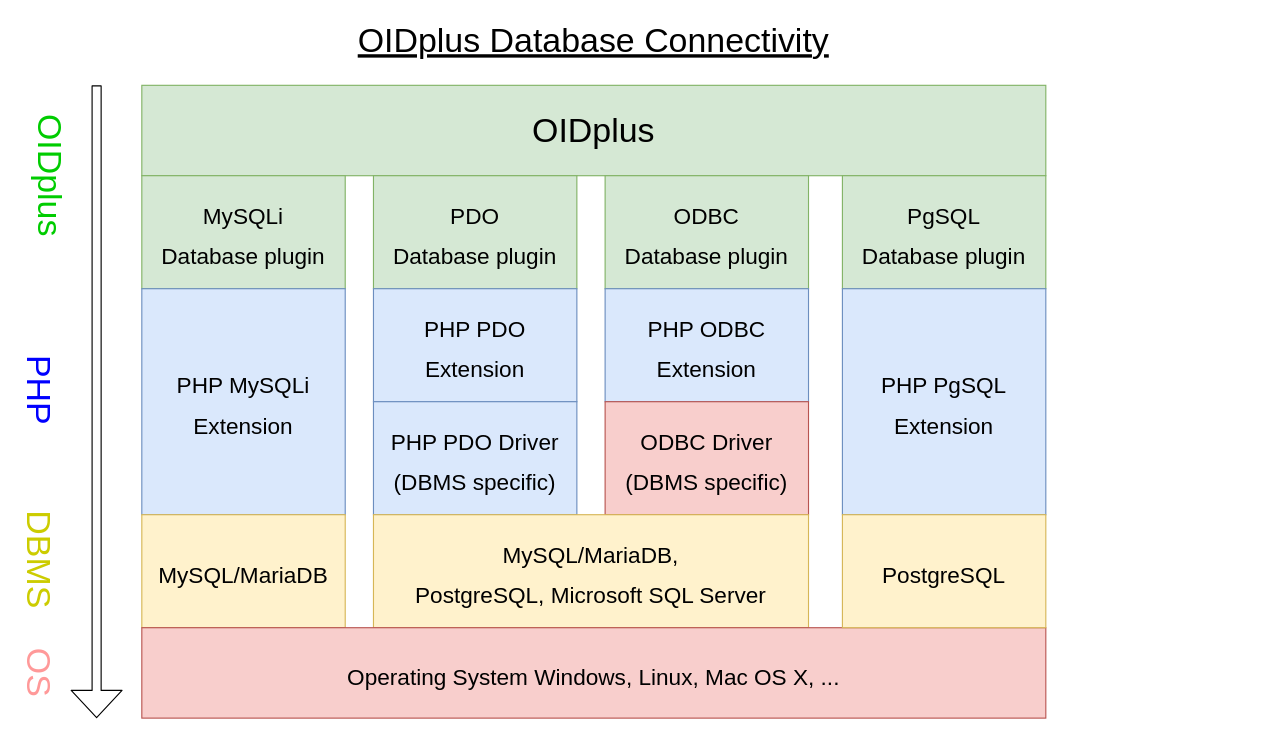
danielmarschall/oidplus keeps this draw.io diagram as plugins/database/database_connectivity_diagram.drawio. Above is the earlier version. Source tidied: cells renumbered, new cells numbered last; positions are measured from the earlier drawing's top-left corner, leaving out a move shared by most shapes. Both pictures are drawn from the tidied source at 113%, with x=0, y=0 at pixel (-17, 28).
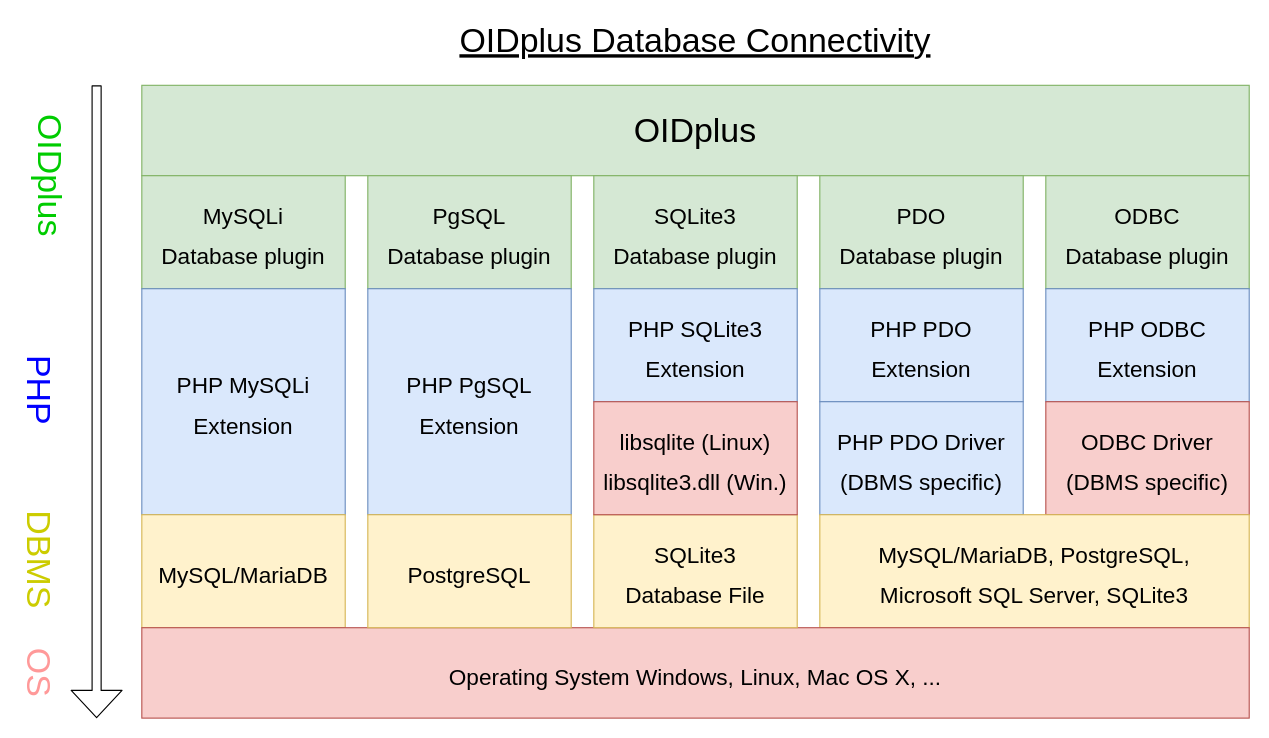
The same page after the edit.

Change to the diagram source:
```diff
@@
     <mxCell id="2" value="OIDplus" style="rounded=0;whiteSpace=wrap;html=1;fontSize=30;fillColor=#d5e8d4;strokeColor=#82b366;shadow=0;" parent="1" vertex="1">
-      <mxGeometry x="140" y="50" width="800" height="80" as="geometry" />
+      <mxGeometry x="140" y="50" width="980" height="80" as="geometry" />
     </mxCell>
@@
     <mxCell id="4" value="&lt;font style=&quot;font-size: 20px&quot;&gt;PDO&lt;br&gt;Database plugin&lt;/font&gt;" style="rounded=0;whiteSpace=wrap;html=1;fontSize=30;fillColor=#d5e8d4;strokeColor=#82b366;shadow=0;" parent="1" vertex="1">
-      <mxGeometry x="345" y="130" width="180" height="100" as="geometry" />
+      <mxGeometry x="740" y="130" width="180" height="100" as="geometry" />
     </mxCell>
     <mxCell id="5" value="&lt;font style=&quot;font-size: 20px&quot;&gt;ODBC&lt;br&gt;Database plugin&lt;/font&gt;" style="rounded=0;whiteSpace=wrap;html=1;fontSize=30;fillColor=#d5e8d4;strokeColor=#82b366;shadow=0;" parent="1" vertex="1">
-      <mxGeometry x="550" y="130" width="180" height="100" as="geometry" />
+      <mxGeometry x="940" y="130" width="180" height="100" as="geometry" />
     </mxCell>
@@
     <mxCell id="7" value="&lt;span style=&quot;font-size: 20px&quot;&gt;PHP PDO&lt;br&gt;Extension&lt;/span&gt;" style="rounded=0;whiteSpace=wrap;html=1;fontSize=30;fillColor=#dae8fc;strokeColor=#6c8ebf;shadow=0;" parent="1" vertex="1">
-      <mxGeometry x="345" y="230" width="180" height="100" as="geometry" />
+      <mxGeometry x="740" y="230" width="180" height="100" as="geometry" />
     </mxCell>
     <mxCell id="8" value="&lt;span style=&quot;font-size: 20px&quot;&gt;PHP ODBC&lt;br&gt;Extension&lt;/span&gt;" style="rounded=0;whiteSpace=wrap;html=1;fontSize=30;fillColor=#dae8fc;strokeColor=#6c8ebf;shadow=0;" parent="1" vertex="1">
-      <mxGeometry x="550" y="230" width="180" height="100" as="geometry" />
+      <mxGeometry x="940" y="230" width="180" height="100" as="geometry" />
     </mxCell>
     <mxCell id="9" value="&lt;span style=&quot;font-size: 20px&quot;&gt;PHP PDO Driver&lt;br&gt;(DBMS specific)&lt;br&gt;&lt;/span&gt;" style="rounded=0;whiteSpace=wrap;html=1;fontSize=30;fillColor=#dae8fc;strokeColor=#6c8ebf;shadow=0;" parent="1" vertex="1">
-      <mxGeometry x="345" y="330" width="180" height="100" as="geometry" />
+      <mxGeometry x="740" y="330" width="180" height="100" as="geometry" />
     </mxCell>
     <mxCell id="10" value="&lt;span style=&quot;font-size: 20px&quot;&gt;ODBC Driver&lt;br&gt;&lt;/span&gt;&lt;span style=&quot;font-size: 20px&quot;&gt;(DBMS specific)&lt;/span&gt;&lt;span style=&quot;font-size: 20px&quot;&gt;&lt;br&gt;&lt;/span&gt;" style="rounded=0;whiteSpace=wrap;html=1;fontSize=30;fillColor=#f8cecc;strokeColor=#b85450;shadow=0;" parent="1" vertex="1">
-      <mxGeometry x="550" y="330" width="180" height="100" as="geometry" />
+      <mxGeometry x="940" y="330" width="180" height="100" as="geometry" />
     </mxCell>
@@
     <mxCell id="16" value="OIDplus Database Connectivity" style="text;html=1;strokeColor=none;fillColor=none;align=center;verticalAlign=middle;whiteSpace=wrap;rounded=0;fontSize=30;fontStyle=4;shadow=0;" parent="1" vertex="1">
-      <mxGeometry x="150" width="780" height="20" as="geometry" />
+      <mxGeometry x="150" width="960" height="20" as="geometry" />
     </mxCell>
-    <mxCell id="17" value="&lt;span style=&quot;font-size: 20px&quot;&gt;MySQL/MariaDB,&lt;br&gt;PostgreSQL, Microsoft SQL Server&lt;/span&gt;" style="rounded=0;whiteSpace=wrap;html=1;fontSize=30;fillColor=#fff2cc;strokeColor=#d6b656;shadow=0;" parent="1" vertex="1">
-      <mxGeometry x="345" y="430" width="385" height="100" as="geometry" />
+    <mxCell id="17" value="&lt;span style=&quot;font-size: 20px&quot;&gt;MySQL/MariaDB, PostgreSQL,&lt;br&gt;Microsoft SQL Server, SQLite3&lt;/span&gt;" style="rounded=0;whiteSpace=wrap;html=1;fontSize=30;fillColor=#fff2cc;strokeColor=#d6b656;shadow=0;" parent="1" vertex="1">
+      <mxGeometry x="740" y="430" width="380" height="100" as="geometry" />
     </mxCell>
     <mxCell id="18" value="&lt;span style=&quot;font-size: 20px&quot;&gt;Operating System Windows, Linux, Mac OS X, ...&lt;br&gt;&lt;/span&gt;" style="rounded=0;whiteSpace=wrap;html=1;fontSize=30;fillColor=#f8cecc;strokeColor=#b85450;shadow=0;" parent="1" vertex="1">
-      <mxGeometry x="140" y="530" width="800" height="80" as="geometry" />
+      <mxGeometry x="140" y="530" width="980" height="80" as="geometry" />
     </mxCell>
@@
     <mxCell id="20" value="&lt;font style=&quot;font-size: 20px&quot;&gt;PgSQL&lt;br&gt;Database plugin&lt;/font&gt;" style="rounded=0;whiteSpace=wrap;html=1;fontSize=30;fillColor=#d5e8d4;strokeColor=#82b366;shadow=0;" parent="1" vertex="1">
-      <mxGeometry x="760" y="130" width="180" height="100" as="geometry" />
+      <mxGeometry x="340" y="130" width="180" height="100" as="geometry" />
     </mxCell>
     <mxCell id="21" value="&lt;span style=&quot;font-size: 20px&quot;&gt;PHP PgSQL&lt;br&gt;Extension&lt;/span&gt;" style="rounded=0;whiteSpace=wrap;html=1;fontSize=30;fillColor=#dae8fc;strokeColor=#6c8ebf;shadow=0;" parent="1" vertex="1">
-      <mxGeometry x="760" y="230" width="180" height="200" as="geometry" />
+      <mxGeometry x="340" y="230" width="180" height="200" as="geometry" />
     </mxCell>
     <mxCell id="22" value="&lt;span style=&quot;font-size: 20px&quot;&gt;PostgreSQL&lt;/span&gt;" style="rounded=0;whiteSpace=wrap;html=1;fontSize=30;fillColor=#fff2cc;strokeColor=#d6b656;shadow=0;" parent="1" vertex="1">
-      <mxGeometry x="760" y="430" width="180" height="100" as="geometry" />
+      <mxGeometry x="340" y="430" width="180" height="100" as="geometry" />
     </mxCell>
+    <mxCell id="23" value="&lt;font style=&quot;font-size: 20px&quot;&gt;SQLite3&lt;br&gt;Database plugin&lt;/font&gt;" style="rounded=0;whiteSpace=wrap;html=1;fontSize=30;fillColor=#d5e8d4;strokeColor=#82b366;shadow=0;" parent="1" vertex="1">
+      <mxGeometry x="540" y="130" width="180" height="100" as="geometry" />
+    </mxCell>
+    <mxCell id="24" value="&lt;span style=&quot;font-size: 20px&quot;&gt;PHP SQLite3&lt;br&gt;Extension&lt;/span&gt;" style="rounded=0;whiteSpace=wrap;html=1;fontSize=30;fillColor=#dae8fc;strokeColor=#6c8ebf;shadow=0;" parent="1" vertex="1">
+      <mxGeometry x="540" y="230" width="180" height="100" as="geometry" />
+    </mxCell>
+    <mxCell id="25" value="&lt;span style=&quot;font-size: 20px&quot;&gt;SQLite3&lt;br&gt;Database File&lt;/span&gt;" style="rounded=0;whiteSpace=wrap;html=1;fontSize=30;fillColor=#fff2cc;strokeColor=#d6b656;shadow=0;" parent="1" vertex="1">
+      <mxGeometry x="540" y="430" width="180" height="100" as="geometry" />
+    </mxCell>
+    <mxCell id="26" value="&lt;span style=&quot;font-size: 20px&quot;&gt;libsqlite (Linux)&lt;br&gt;libsqlite3.dll (Win.)&lt;br&gt;&lt;/span&gt;" style="rounded=0;whiteSpace=wrap;html=1;fontSize=30;fillColor=#f8cecc;strokeColor=#b85450;shadow=0;" parent="1" vertex="1">
+      <mxGeometry x="540" y="330" width="180" height="100" as="geometry" />
+    </mxCell>
```
